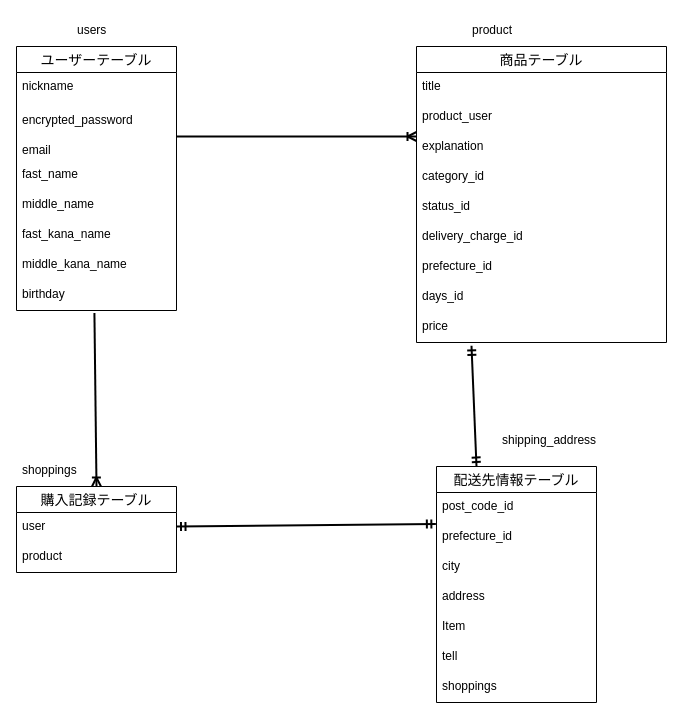
Before: .dio in hibiki24o/furima-38475, a draw.io diagram. Source tidied: cells renumbered, new cells numbered last; positions are measured from the earlier drawing's top-left corner, leaving out a move shared by most shapes. Both pictures are drawn from the tidied source at 100%, with x=0, y=0 at pixel (16, 16).
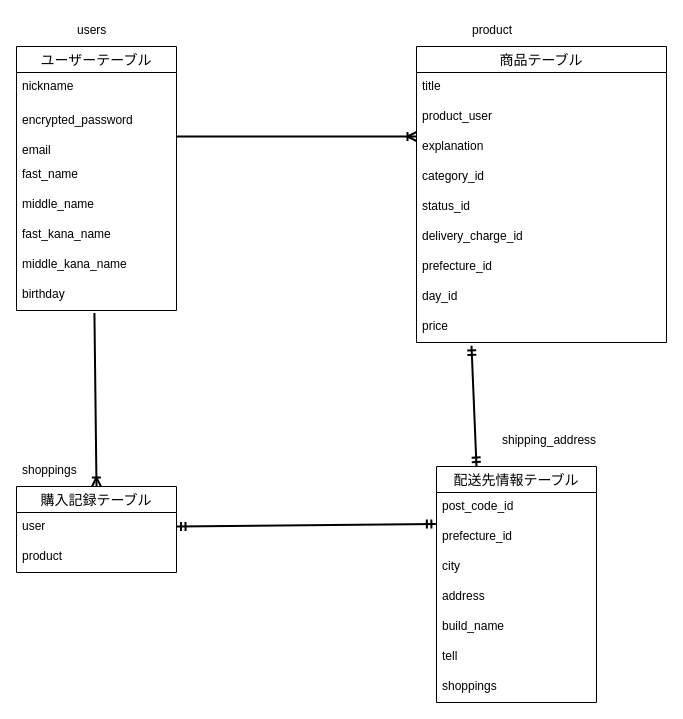
The same diagram, later.

Unchanged cells that the change refers to:
```xml
<mxCell id="11" value="商品テーブル" style="swimlane;fontStyle=0;horizontal=1;startSize=26;align=center;fontSize=14;" parent="1" vertex="1">
  <mxGeometry x="400" y="30" width="250" height="296" as="geometry" />
</mxCell>
<mxCell id="24" value="配送先情報テーブル" style="swimlane;fontStyle=0;horizontal=1;startSize=26;align=center;fontSize=14;strokeColor=default;" parent="1" vertex="1">
  <mxGeometry x="420" y="450" width="160" height="236" as="geometry" />
</mxCell>
```

Change to the diagram source:
```diff
@@
-    <mxCell id="19" value="days_id " style="text;strokeColor=none;fillColor=none;spacingLeft=4;spacingRight=4;overflow=hidden;fontSize=12;" parent="11" vertex="1">
+    <mxCell id="19" value="day_id " style="text;strokeColor=none;fillColor=none;spacingLeft=4;spacingRight=4;overflow=hidden;fontSize=12;" parent="11" vertex="1">
       <mxGeometry y="236" width="250" height="30" as="geometry" />
     </mxCell>
@@
-    <mxCell id="29" value="Item" style="text;strokeColor=none;fillColor=none;spacingLeft=4;spacingRight=4;overflow=hidden;fontSize=12;" parent="24" vertex="1">
+    <mxCell id="29" value="build_name" style="text;strokeColor=none;fillColor=none;spacingLeft=4;spacingRight=4;overflow=hidden;fontSize=12;" parent="24" vertex="1">
       <mxGeometry y="146" width="160" height="30" as="geometry" />
     </mxCell>
```
